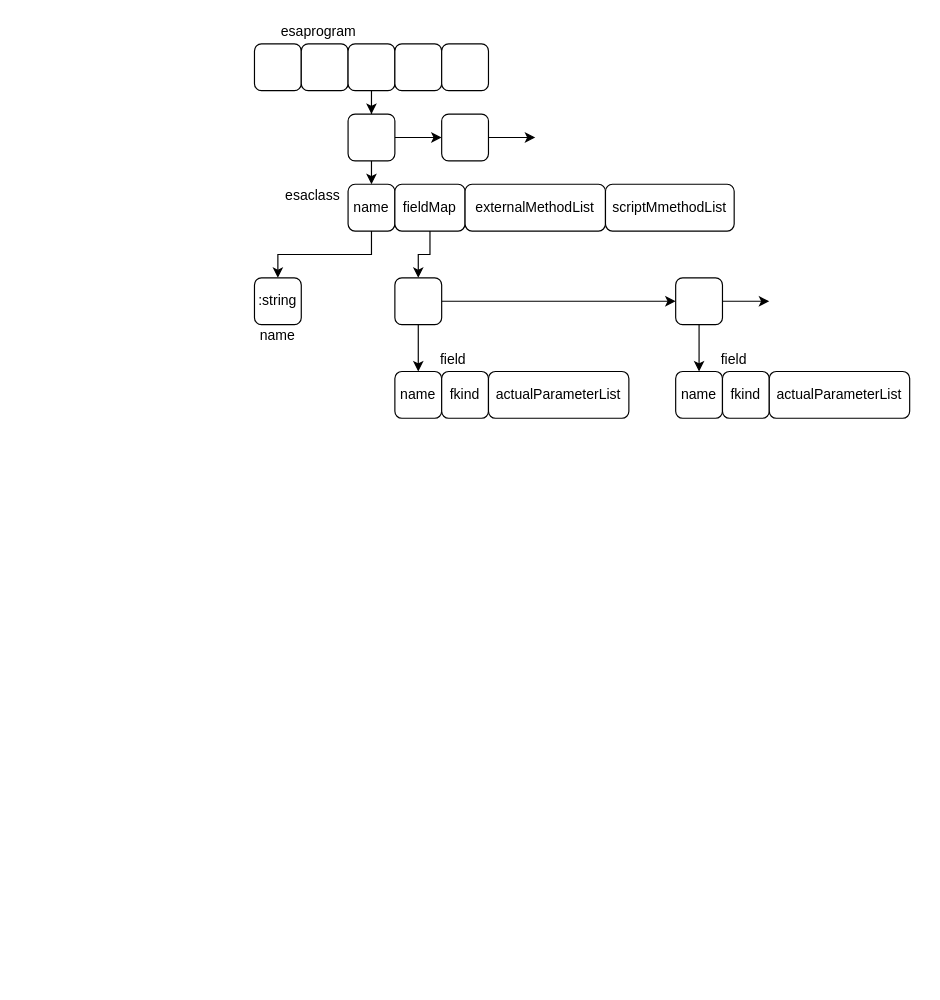
Earlier version of the draw.io diagram build_process/esa-transpiler/exprtypes.drawio (bmfbp/bmfbp). Source tidied: cells renumbered, new cells numbered last; positions are measured from the earlier drawing's top-left corner, leaving out a move shared by most shapes. Both pictures are drawn from the tidied source at 117%, with x=0, y=0 at pixel (254, 20).
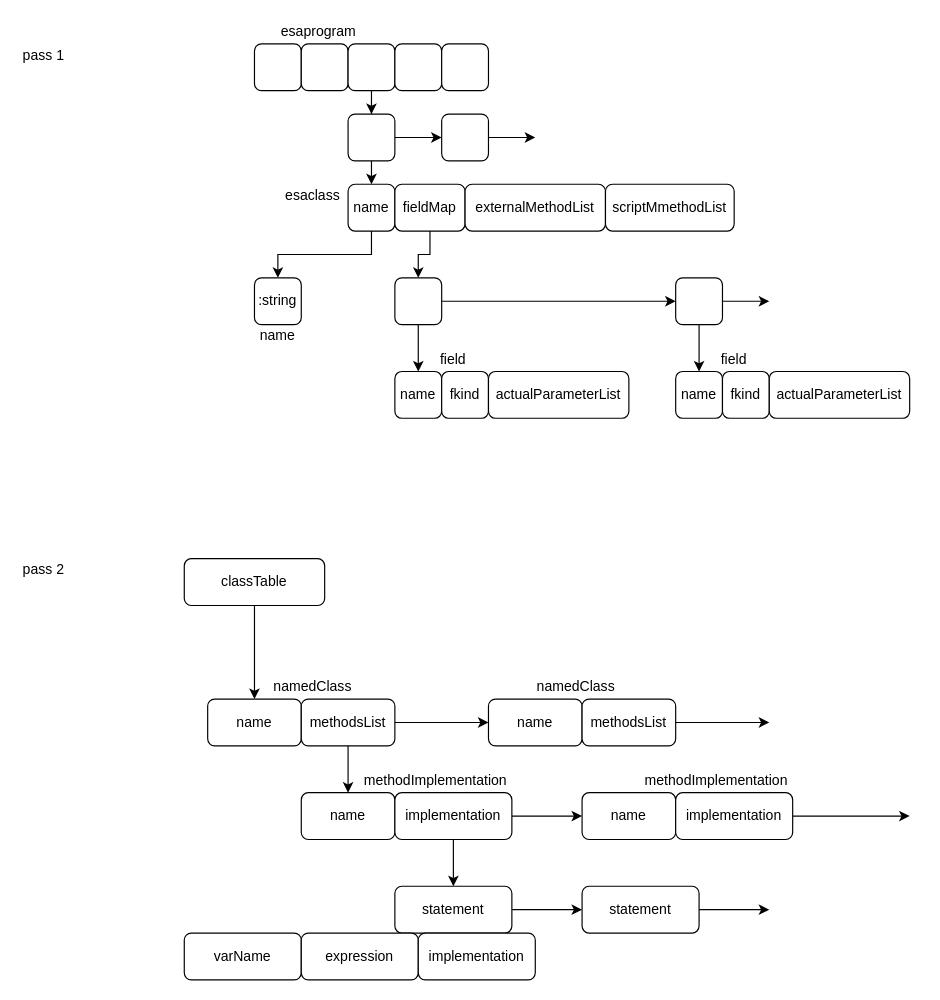
The same diagram, later.

The edit, as a diff of the source:
```diff
@@
+    <mxCell id="37" value="pass 1" style="text;html=1;strokeColor=none;fillColor=none;align=center;verticalAlign=middle;whiteSpace=wrap;rounded=0;" parent="1" vertex="1">
+      <mxGeometry x="-200" y="20" width="40" height="20" as="geometry" />
+    </mxCell>
+    <mxCell id="38" value="pass 2" style="text;html=1;strokeColor=none;fillColor=none;align=center;verticalAlign=middle;whiteSpace=wrap;rounded=0;" parent="1" vertex="1">
+      <mxGeometry x="-200" y="460" width="40" height="20" as="geometry" />
+    </mxCell>
+    <mxCell id="39" style="edgeStyle=orthogonalEdgeStyle;rounded=0;jettySize=auto;html=1;exitX=0.5;exitY=1;exitDx=0;exitDy=0;" parent="1" edge="1" source="40" target="41">
+      <mxGeometry relative="1" as="geometry" />
+    </mxCell>
+    <mxCell id="40" value="classTable" style="rounded=1;whiteSpace=wrap;html=1;" parent="1" vertex="1">
+      <mxGeometry x="-60" y="460" width="120" height="40" as="geometry" />
+    </mxCell>
+    <mxCell id="41" value="name" style="rounded=1;whiteSpace=wrap;html=1;" parent="1" vertex="1">
+      <mxGeometry x="-40" y="580" width="80" height="40" as="geometry" />
+    </mxCell>
+    <mxCell id="42" style="edgeStyle=orthogonalEdgeStyle;rounded=0;jettySize=auto;html=1;exitX=1;exitY=0.5;exitDx=0;exitDy=0;" parent="1" edge="1" source="44" target="45">
+      <mxGeometry relative="1" as="geometry" />
+    </mxCell>
+    <mxCell id="43" style="edgeStyle=orthogonalEdgeStyle;rounded=0;jettySize=auto;html=1;exitX=0.5;exitY=1;exitDx=0;exitDy=0;" parent="1" edge="1" source="44" target="50">
+      <mxGeometry relative="1" as="geometry" />
+    </mxCell>
+    <mxCell id="44" value="methodsList" style="rounded=1;whiteSpace=wrap;html=1;" parent="1" vertex="1">
+      <mxGeometry x="40" y="580" width="80" height="40" as="geometry" />
+    </mxCell>
+    <mxCell id="45" value="name" style="rounded=1;whiteSpace=wrap;html=1;" parent="1" vertex="1">
+      <mxGeometry x="200" y="580" width="80" height="40" as="geometry" />
+    </mxCell>
+    <mxCell id="46" style="edgeStyle=orthogonalEdgeStyle;rounded=0;jettySize=auto;html=1;exitX=1;exitY=0.5;exitDx=0;exitDy=0;" parent="1" edge="1" source="47">
+      <mxGeometry relative="1" as="geometry">
+        <mxPoint x="440" y="600" as="targetPoint" />
+      </mxGeometry>
+    </mxCell>
+    <mxCell id="47" value="methodsList" style="rounded=1;whiteSpace=wrap;html=1;" parent="1" vertex="1">
+      <mxGeometry x="280" y="580" width="80" height="40" as="geometry" />
+    </mxCell>
+    <mxCell id="48" value="namedClass" style="text;html=1;strokeColor=none;fillColor=none;align=center;verticalAlign=middle;whiteSpace=wrap;rounded=0;" parent="1" vertex="1">
+      <mxGeometry x="5" y="560" width="90" height="20" as="geometry" />
+    </mxCell>
+    <mxCell id="49" value="namedClass" style="text;html=1;strokeColor=none;fillColor=none;align=center;verticalAlign=middle;whiteSpace=wrap;rounded=0;" parent="1" vertex="1">
+      <mxGeometry x="230" y="560" width="90" height="20" as="geometry" />
+    </mxCell>
+    <mxCell id="50" value="name" style="rounded=1;whiteSpace=wrap;html=1;" parent="1" vertex="1">
+      <mxGeometry x="40" y="660" width="80" height="40" as="geometry" />
+    </mxCell>
+    <mxCell id="51" style="edgeStyle=orthogonalEdgeStyle;rounded=0;jettySize=auto;html=1;exitX=1;exitY=0.5;exitDx=0;exitDy=0;entryX=0;entryY=0.5;entryDx=0;entryDy=0;" parent="1" edge="1" source="53" target="54">
+      <mxGeometry relative="1" as="geometry" />
+    </mxCell>
+    <mxCell id="52" style="edgeStyle=orthogonalEdgeStyle;rounded=0;jettySize=auto;html=1;exitX=0.5;exitY=1;exitDx=0;exitDy=0;entryX=0.5;entryY=0;entryDx=0;entryDy=0;" parent="1" edge="1" source="53" target="60">
+      <mxGeometry relative="1" as="geometry" />
+    </mxCell>
+    <mxCell id="53" value="implementation" style="rounded=1;whiteSpace=wrap;html=1;" parent="1" vertex="1">
+      <mxGeometry x="120" y="660" width="100" height="40" as="geometry" />
+    </mxCell>
+    <mxCell id="54" value="name" style="rounded=1;whiteSpace=wrap;html=1;" parent="1" vertex="1">
+      <mxGeometry x="280" y="660" width="80" height="40" as="geometry" />
+    </mxCell>
+    <mxCell id="55" style="edgeStyle=orthogonalEdgeStyle;rounded=0;jettySize=auto;html=1;exitX=1;exitY=0.5;exitDx=0;exitDy=0;" parent="1" edge="1" source="56">
+      <mxGeometry relative="1" as="geometry">
+        <mxPoint x="560" y="680" as="targetPoint" />
+      </mxGeometry>
+    </mxCell>
+    <mxCell id="56" value="implementation" style="rounded=1;whiteSpace=wrap;html=1;" parent="1" vertex="1">
+      <mxGeometry x="360" y="660" width="100" height="40" as="geometry" />
+    </mxCell>
+    <mxCell id="57" value="methodImplementation" style="text;html=1;strokeColor=none;fillColor=none;align=center;verticalAlign=middle;whiteSpace=wrap;rounded=0;" parent="1" vertex="1">
+      <mxGeometry x="90" y="640" width="130" height="20" as="geometry" />
+    </mxCell>
+    <mxCell id="58" value="methodImplementation" style="text;html=1;strokeColor=none;fillColor=none;align=center;verticalAlign=middle;whiteSpace=wrap;rounded=0;" parent="1" vertex="1">
+      <mxGeometry x="330" y="640" width="130" height="20" as="geometry" />
+    </mxCell>
+    <mxCell id="59" style="edgeStyle=orthogonalEdgeStyle;rounded=0;jettySize=auto;html=1;exitX=1;exitY=0.5;exitDx=0;exitDy=0;entryX=0;entryY=0.5;entryDx=0;entryDy=0;" parent="1" edge="1" source="60" target="62">
+      <mxGeometry relative="1" as="geometry" />
+    </mxCell>
+    <mxCell id="60" value="statement" style="rounded=1;whiteSpace=wrap;html=1;" parent="1" vertex="1">
+      <mxGeometry x="120" y="740" width="100" height="40" as="geometry" />
+    </mxCell>
+    <mxCell id="61" style="edgeStyle=orthogonalEdgeStyle;rounded=0;jettySize=auto;html=1;exitX=1;exitY=0.5;exitDx=0;exitDy=0;" parent="1" edge="1" source="62">
+      <mxGeometry relative="1" as="geometry">
+        <mxPoint x="440" y="760" as="targetPoint" />
+      </mxGeometry>
+    </mxCell>
+    <mxCell id="62" value="statement" style="rounded=1;whiteSpace=wrap;html=1;" parent="1" vertex="1">
+      <mxGeometry x="280" y="740" width="100" height="40" as="geometry" />
+    </mxCell>
+    <mxCell id="63" value="varName" style="rounded=1;whiteSpace=wrap;html=1;" parent="1" vertex="1">
+      <mxGeometry x="-60" y="780" width="100" height="40" as="geometry" />
+    </mxCell>
+    <mxCell id="64" value="expression" style="rounded=1;whiteSpace=wrap;html=1;" parent="1" vertex="1">
+      <mxGeometry x="40" y="780" width="100" height="40" as="geometry" />
+    </mxCell>
+    <mxCell id="65" value="implementation" style="rounded=1;whiteSpace=wrap;html=1;" parent="1" vertex="1">
+      <mxGeometry x="140" y="780" width="100" height="40" as="geometry" />
+    </mxCell>
```
